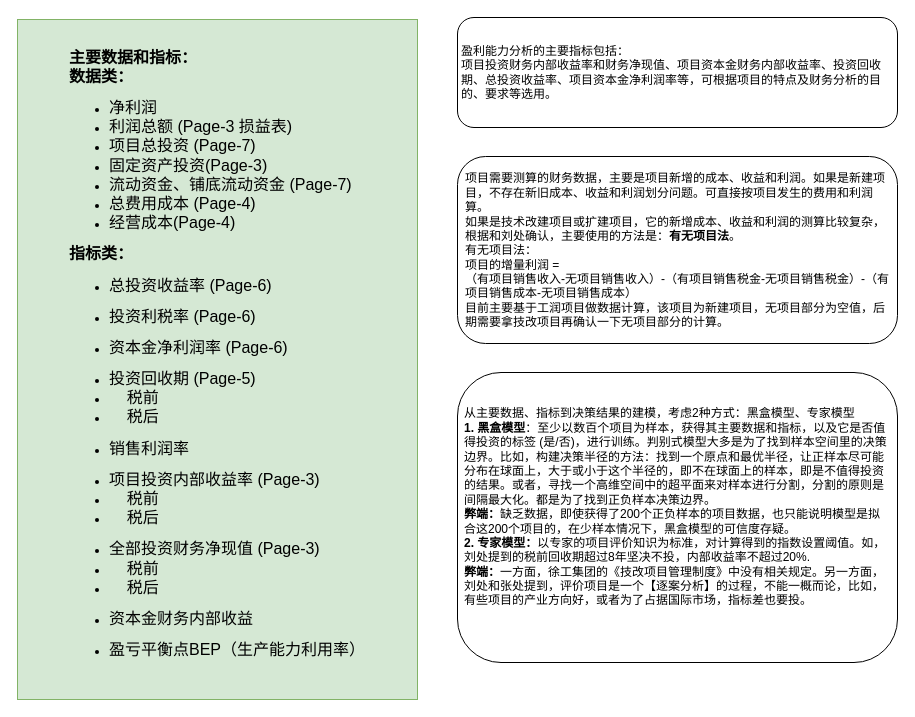
Yatttin/attention-nmt keeps this draw.io diagram as page "Page-8 总指标" (1 of 8) of Untitled Diagram.drawio. Above is the earlier version. Source tidied: cells renumbered, new cells numbered last; positions are measured from the earlier drawing's top-left corner, leaving out a move shared by most shapes. Both pictures are drawn from the tidied source at 100%, with x=0, y=0 at pixel (17, 17).
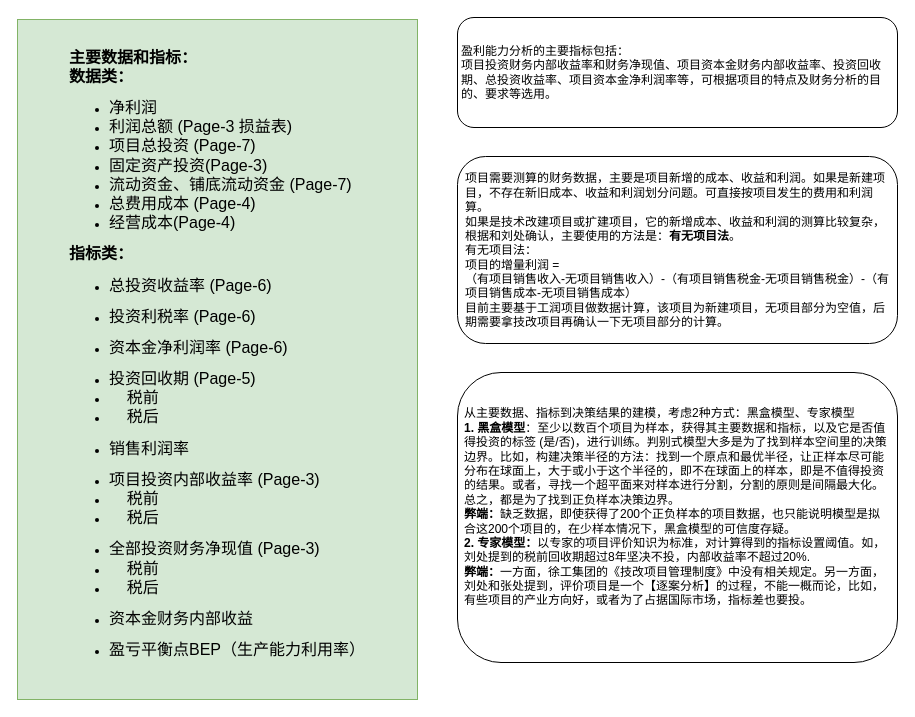
After the change.

What changed in the source:
```diff
@@
 <mxGraphModel>
   <root>
     <mxCell id="0" />
     <mxCell id="1" parent="0" />
     <mxCell id="2" value="&lt;div style=&quot;text-align: left; font-size: 16px;&quot;&gt;&lt;span style=&quot;background-color: initial;&quot;&gt;&lt;b style=&quot;&quot;&gt;&lt;font style=&quot;font-size: 16px;&quot;&gt;主要数据和指标：&lt;/font&gt;&lt;/b&gt;&lt;/span&gt;&lt;/div&gt;&lt;div style=&quot;text-align: left; font-size: 16px;&quot;&gt;&lt;span style=&quot;background-color: initial;&quot;&gt;&lt;b style=&quot;&quot;&gt;&lt;font style=&quot;font-size: 16px;&quot;&gt;数据类：&lt;/font&gt;&lt;/b&gt;&lt;/span&gt;&lt;/div&gt;&lt;div style=&quot;text-align: left;&quot;&gt;&lt;ul&gt;&lt;li&gt;&lt;span style=&quot;background-color: initial;&quot;&gt;&lt;font size=&quot;3&quot;&gt;净利润&lt;/font&gt;&lt;/span&gt;&lt;/li&gt;&lt;li&gt;&lt;font size=&quot;3&quot;&gt;&lt;span style=&quot;background-color: initial;&quot;&gt;利润总额&amp;nbsp;&lt;/span&gt;(Page-3 损益表)&lt;/font&gt;&lt;/li&gt;&lt;li&gt;&lt;span style=&quot;background-color: initial;&quot;&gt;&lt;font size=&quot;3&quot;&gt;项目总投资 (Page-7)&lt;/font&gt;&lt;/span&gt;&lt;/li&gt;&lt;li&gt;&lt;span style=&quot;background-color: initial;&quot;&gt;&lt;font size=&quot;3&quot;&gt;固定资产投资(Page-3)&lt;/font&gt;&lt;/span&gt;&lt;/li&gt;&lt;li&gt;&lt;span style=&quot;background-color: initial;&quot;&gt;&lt;font size=&quot;3&quot;&gt;流动资金、铺底流动资金 (Page-7)&lt;/font&gt;&lt;/span&gt;&lt;/li&gt;&lt;li&gt;&lt;span style=&quot;background-color: initial;&quot;&gt;&lt;font size=&quot;3&quot;&gt;总费用成本 (Page-4)&lt;/font&gt;&lt;/span&gt;&lt;/li&gt;&lt;li&gt;&lt;span style=&quot;background-color: initial;&quot;&gt;&lt;font size=&quot;3&quot;&gt;经营成本(Page-4)&lt;/font&gt;&lt;/span&gt;&lt;/li&gt;&lt;/ul&gt;&lt;/div&gt;&lt;div style=&quot;text-align: left;&quot;&gt;&lt;span style=&quot;background-color: initial;&quot;&gt;&lt;b&gt;&lt;font size=&quot;3&quot;&gt;指标类：&lt;/font&gt;&lt;/b&gt;&lt;/span&gt;&lt;/div&gt;&lt;div style=&quot;text-align: left;&quot;&gt;&lt;ul&gt;&lt;li&gt;&lt;span style=&quot;background-color: initial;&quot;&gt;&lt;font size=&quot;3&quot;&gt;总投资收益率 (Page-6)&lt;/font&gt;&lt;/span&gt;&lt;/li&gt;&lt;/ul&gt;&lt;ul&gt;&lt;li&gt;&lt;span style=&quot;background-color: initial;&quot;&gt;&lt;font size=&quot;3&quot;&gt;投资利税率 (Page-6)&lt;/font&gt;&lt;/span&gt;&lt;/li&gt;&lt;/ul&gt;&lt;ul&gt;&lt;li&gt;&lt;span style=&quot;background-color: initial;&quot;&gt;&lt;font size=&quot;3&quot;&gt;资本金净利润率 (Page-6)&lt;/font&gt;&lt;/span&gt;&lt;/li&gt;&lt;/ul&gt;&lt;ul&gt;&lt;li&gt;&lt;span style=&quot;background-color: initial;&quot;&gt;&lt;font size=&quot;3&quot;&gt;投资回收期 (Page-5)&lt;/font&gt;&lt;/span&gt;&lt;/li&gt;&lt;li&gt;&lt;span style=&quot;background-color: initial;&quot;&gt;&lt;font size=&quot;3&quot;&gt;&amp;nbsp; &amp;nbsp; 税前&lt;/font&gt;&lt;/span&gt;&lt;/li&gt;&lt;li&gt;&lt;span style=&quot;background-color: initial;&quot;&gt;&lt;font size=&quot;3&quot;&gt;&amp;nbsp; &amp;nbsp; 税后&lt;/font&gt;&lt;/span&gt;&lt;/li&gt;&lt;/ul&gt;&lt;ul&gt;&lt;li&gt;&lt;span style=&quot;background-color: initial;&quot;&gt;&lt;font size=&quot;3&quot;&gt;销售利润率&lt;/font&gt;&lt;/span&gt;&lt;/li&gt;&lt;/ul&gt;&lt;ul&gt;&lt;li&gt;&lt;span style=&quot;background-color: initial;&quot;&gt;&lt;font size=&quot;3&quot;&gt;项目投资内部收益率 (Page-3)&lt;/font&gt;&lt;/span&gt;&lt;/li&gt;&lt;li&gt;&lt;font size=&quot;3&quot;&gt;&amp;nbsp; &amp;nbsp; 税前&lt;/font&gt;&lt;/li&gt;&lt;li&gt;&lt;span style=&quot;border-color: var(--border-color); background-color: initial;&quot;&gt;&lt;font size=&quot;3&quot;&gt;&amp;nbsp; &amp;nbsp; 税后&lt;/font&gt;&lt;/span&gt;&lt;/li&gt;&lt;/ul&gt;&lt;ul&gt;&lt;li&gt;&lt;font size=&quot;3&quot;&gt;全部投资财务净现值&amp;nbsp;(Page-3)&lt;/font&gt;&lt;/li&gt;&lt;li&gt;&lt;font size=&quot;3&quot;&gt;&amp;nbsp; &amp;nbsp; 税前&lt;/font&gt;&lt;/li&gt;&lt;li&gt;&lt;span style=&quot;border-color: var(--border-color); background-color: initial;&quot;&gt;&lt;font size=&quot;3&quot;&gt;&amp;nbsp; &amp;nbsp; 税后&lt;/font&gt;&lt;/span&gt;&lt;/li&gt;&lt;/ul&gt;&lt;ul&gt;&lt;li&gt;&lt;font size=&quot;3&quot;&gt;资本金财务内部收益&amp;nbsp;&lt;/font&gt;&lt;/li&gt;&lt;/ul&gt;&lt;ul&gt;&lt;li&gt;&lt;font size=&quot;3&quot;&gt;盈亏平衡点BEP（生产能力利用率）&lt;/font&gt;&lt;/li&gt;&lt;/ul&gt;&lt;/div&gt;" style="rounded=0;whiteSpace=wrap;html=1;fillColor=#d5e8d4;strokeColor=#82b366;horizontal=1;spacing=2;" parent="1" vertex="1">
       <mxGeometry y="2" width="400" height="680" as="geometry" />
     </mxCell>
     <mxCell id="3" value="盈利能力分析的主要指标包括：&#10;项目投资财务内部收益率和财务净现值、项目资本金财务内部收益率、投资回收期、总投资收益率、项目资本金净利润率等，可根据项目的特点及财务分析的目的、要求等选用。" style="rounded=1;align=left;whiteSpace=wrap;spacingLeft=4;spacingRight=4;spacingTop=0;spacing=0;" parent="1" vertex="1">
       <mxGeometry x="440" width="440" height="110" as="geometry" />
     </mxCell>
     <mxCell id="4" value="&lt;div style=&quot;&quot;&gt;&lt;span style=&quot;background-color: initial;&quot;&gt;项目需要测算的财务数据，主要是项目新增的成本、收益和利润。如果是新建项目，不存在新旧成本、收益和利润划分问题。可直接按项目发生的费用和利润算。&lt;/span&gt;&lt;/div&gt;&lt;div style=&quot;&quot;&gt;&lt;span style=&quot;background-color: initial;&quot;&gt;如果是技术改建项目或扩建项目，它的新增成本、收益和利润的测算比较复杂，根据和刘处确认，主要使用的方法是：&lt;b&gt;有无项目法&lt;/b&gt;。&lt;/span&gt;&lt;/div&gt;&lt;div style=&quot;&quot;&gt;&lt;span style=&quot;background-color: initial;&quot;&gt;有无项目法：&lt;/span&gt;&lt;/div&gt;项目的增量利润 =&amp;nbsp;&lt;div style=&quot;&quot;&gt;&lt;span style=&quot;background-color: initial;&quot;&gt;（有项目销售收入-无项目销售收入）-（有项目销售税金-无项目销售税金）-（有项目销售成本-无项目销售成本）&lt;/span&gt;&lt;/div&gt;&lt;div style=&quot;&quot;&gt;&lt;span style=&quot;background-color: initial;&quot;&gt;目前主要基于工润项目做数据计算，该项目为新建项目，无项目部分为空值，后期需要拿技改项目再确认一下无项目部分的计算。&lt;/span&gt;&lt;/div&gt;" style="rounded=1;whiteSpace=wrap;html=1;fontFamily=Helvetica;fontSize=12;fontColor=default;fillColor=default;gradientColor=none;align=left;spacingLeft=6;spacingRight=6;" parent="1" vertex="1">
       <mxGeometry x="440" y="139" width="440" height="187" as="geometry" />
     </mxCell>
-    <mxCell id="5" value="&lt;div style=&quot;text-align: left;&quot;&gt;&lt;span style=&quot;background-color: initial;&quot;&gt;从主要数据、指标到决策结果的建模，考虑2种方式：&lt;/span&gt;&lt;span style=&quot;background-color: initial;&quot;&gt;黑盒模型、专家模型&lt;/span&gt;&lt;/div&gt;&lt;div style=&quot;text-align: left;&quot;&gt;&lt;b&gt;1. 黑盒模型&lt;/b&gt;：至少以数百个项目为样本，获得其主要数据和指标，以及它是否值得投资的标签 (是/否)，进行训练。判别式模型大多是为了找到样本空间里的决策边界。比如，构建决策半径的方法：找到一个原点和最优半径，让正样本尽可能分布在球面上，大于或小于这个半径的，即不在球面上的样本，即是不值得投资的结果。或者&lt;span style=&quot;background-color: initial;&quot;&gt;，寻找一个高维空间中的超平面来对样本进行分割，分割的原则是间隔最大化。都是为了找到正负样本决策边界。&lt;/span&gt;&lt;/div&gt;&lt;div style=&quot;text-align: left;&quot;&gt;&lt;b style=&quot;background-color: initial;&quot;&gt;弊端：&lt;/b&gt;&lt;span style=&quot;background-color: initial;&quot;&gt;缺乏数据，即使获得了200个正负样本的项目数据，也只能说明模型是拟合这200个项目的，在少样本情况下，黑盒模型的可信度存疑。&lt;/span&gt;&lt;/div&gt;&lt;div style=&quot;text-align: left;&quot;&gt;&lt;b&gt;2. 专家模型：&lt;/b&gt;以专家的项目评价知识为标准，对计算得到的指数设置阈值。如，刘处提到的税前回收期超过8年坚决不投，内部收益率不超过20%.&lt;/div&gt;&lt;div style=&quot;text-align: left;&quot;&gt;&lt;b&gt;弊端：&lt;/b&gt;一方面，徐工集团的《技改项目管理制度》中没有相关规定。另一方面，刘处和张处提到，评价项目是一个【逐案分析】的过程，不能一概而论，比如，有些项目的产业方向好，或者为了占据国际市场，指标差也要投。&lt;/div&gt;&lt;div style=&quot;text-align: left;&quot;&gt;&lt;br&gt;&lt;/div&gt;&lt;div style=&quot;text-align: left;&quot;&gt;&lt;br&gt;&lt;/div&gt;" style="rounded=1;whiteSpace=wrap;html=1;spacingLeft=6;spacingRight=6;spacingTop=8;" parent="1" vertex="1">
+    <mxCell id="5" value="&lt;div style=&quot;text-align: left;&quot;&gt;&lt;span style=&quot;background-color: initial;&quot;&gt;从主要数据、指标到决策结果的建模，考虑2种方式：&lt;/span&gt;&lt;span style=&quot;background-color: initial;&quot;&gt;黑盒模型、专家模型&lt;/span&gt;&lt;/div&gt;&lt;div style=&quot;text-align: left;&quot;&gt;&lt;b&gt;1. 黑盒模型&lt;/b&gt;：至少以数百个项目为样本，获得其主要数据和指标，以及它是否值得投资的标签 (是/否)，进行训练。判别式模型大多是为了找到样本空间里的决策边界。比如，构建决策半径的方法：找到一个原点和最优半径，让正样本尽可能分布在球面上，大于或小于这个半径的，即不在球面上的样本，即是不值得投资的结果。或者&lt;span style=&quot;background-color: initial;&quot;&gt;，寻找一个超平面来对样本进行分割，分割的原则是间隔最大化。总之，都是为了找到正负样本决策边界。&lt;/span&gt;&lt;/div&gt;&lt;div style=&quot;text-align: left;&quot;&gt;&lt;b style=&quot;background-color: initial;&quot;&gt;弊端：&lt;/b&gt;&lt;span style=&quot;background-color: initial;&quot;&gt;缺乏数据，即使获得了200个正负样本的项目数据，也只能说明模型是拟合这200个项目的，在少样本情况下，黑盒模型的可信度存疑。&lt;/span&gt;&lt;/div&gt;&lt;div style=&quot;text-align: left;&quot;&gt;&lt;b&gt;2. 专家模型：&lt;/b&gt;以专家的项目评价知识为标准，对计算得到的指标设置阈值。如，刘处提到的税前回收期超过8年坚决不投，内部收益率不超过20%.&lt;/div&gt;&lt;div style=&quot;text-align: left;&quot;&gt;&lt;b&gt;弊端：&lt;/b&gt;一方面，徐工集团的《技改项目管理制度》中没有相关规定。另一方面，刘处和张处提到，评价项目是一个【逐案分析】的过程，不能一概而论，比如，有些项目的产业方向好，或者为了占据国际市场，指标差也要投。&lt;/div&gt;&lt;div style=&quot;text-align: left;&quot;&gt;&lt;br&gt;&lt;/div&gt;&lt;div style=&quot;text-align: left;&quot;&gt;&lt;br&gt;&lt;/div&gt;" style="rounded=1;whiteSpace=wrap;html=1;spacingLeft=6;spacingRight=6;spacingTop=8;" parent="1" vertex="1">
       <mxGeometry x="440" y="355" width="440" height="290" as="geometry" />
     </mxCell>
   </root>
 </mxGraphModel>
```
